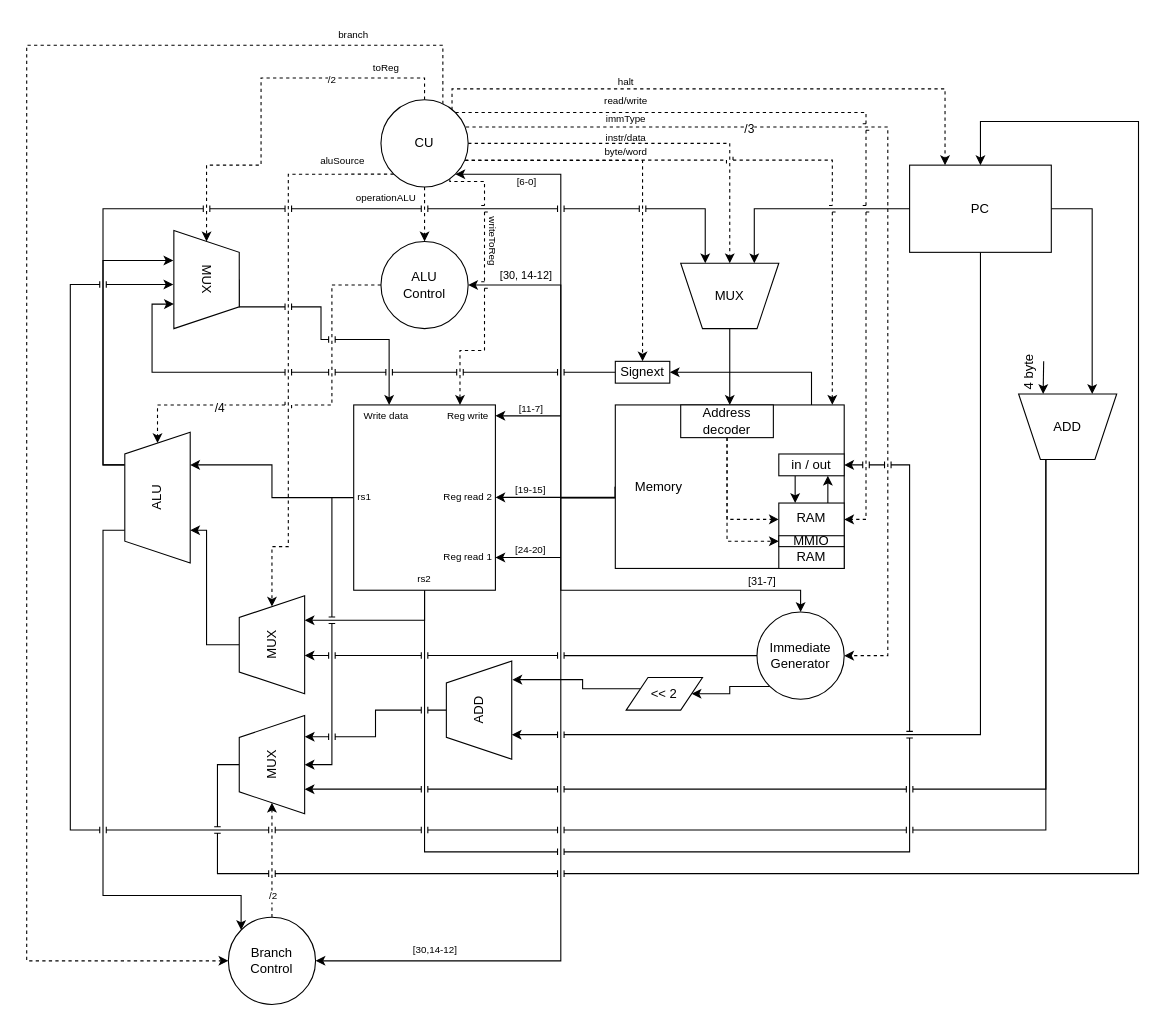
This is scheme_risc_iv_neuamnn.drawio from kysnng/AK-Schema-Risc-IV-32-Neuamnn, a draw.io file, before an edit. Source tidied: cells renumbered, new cells numbered last; positions are measured from the earlier drawing's top-left corner, leaving out a move shared by most shapes. Both pictures are drawn from the tidied source at 109%, with x=0, y=0 at pixel (26, 19).
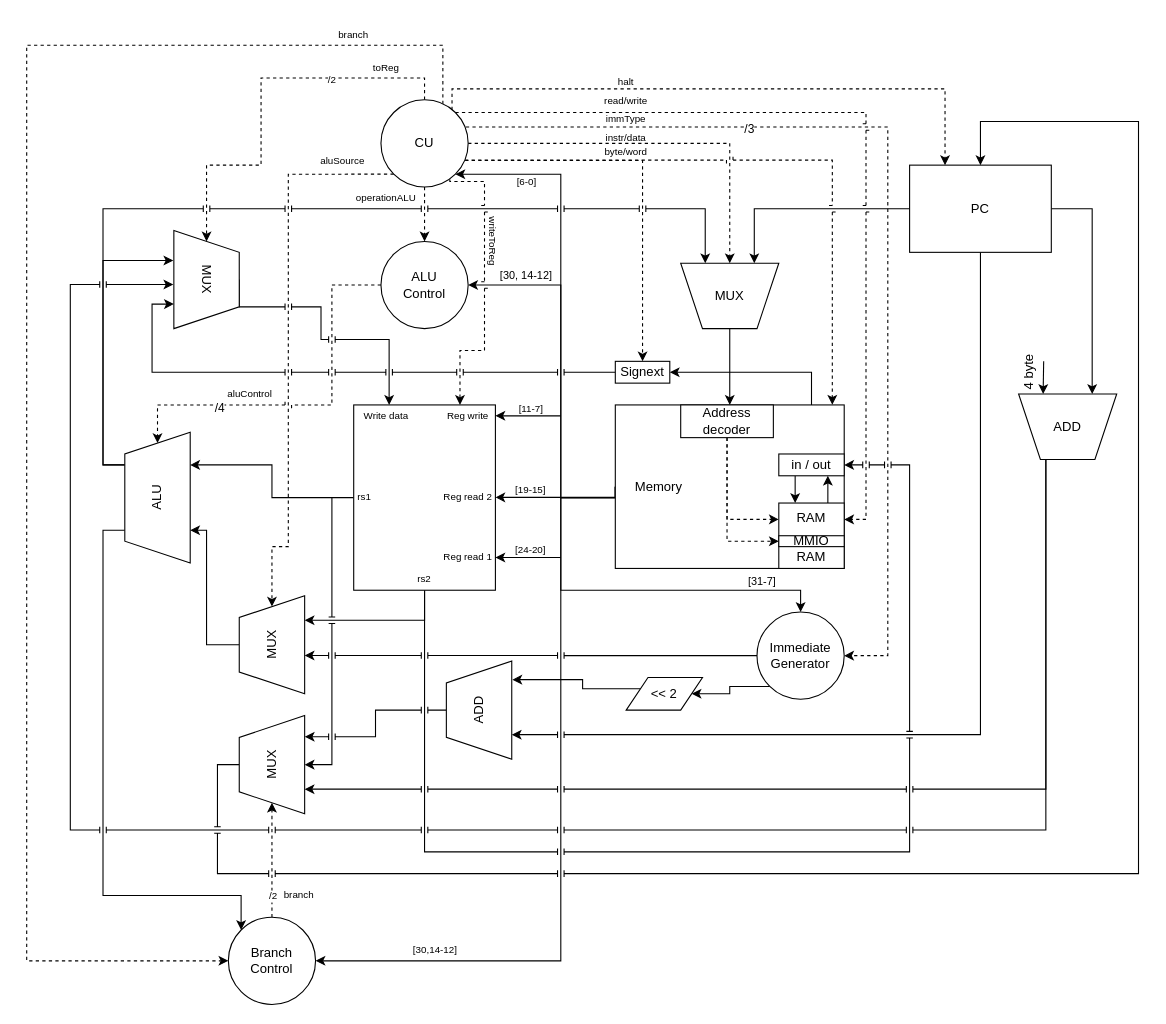
The same diagram, later.

Commit message (it also covers changes not shown here):
Scheme risc-iv-32

Change to the diagram source:
```diff
@@
+    <mxCell id="103" value="aluControl" style="text;html=1;whiteSpace=wrap;strokeColor=none;fillColor=none;align=center;verticalAlign=middle;rounded=0;fontSize=9;rotation=0;" parent="1" vertex="1">
+      <mxGeometry x="185" y="334" width="40" height="20" as="geometry" />
+    </mxCell>
+    <mxCell id="104" value="branch" style="text;html=1;whiteSpace=wrap;strokeColor=none;fillColor=none;align=center;verticalAlign=middle;rounded=0;fontSize=9;rotation=0;" parent="1" vertex="1">
+      <mxGeometry x="230" y="794" width="40" height="20" as="geometry" />
+    </mxCell>
```
